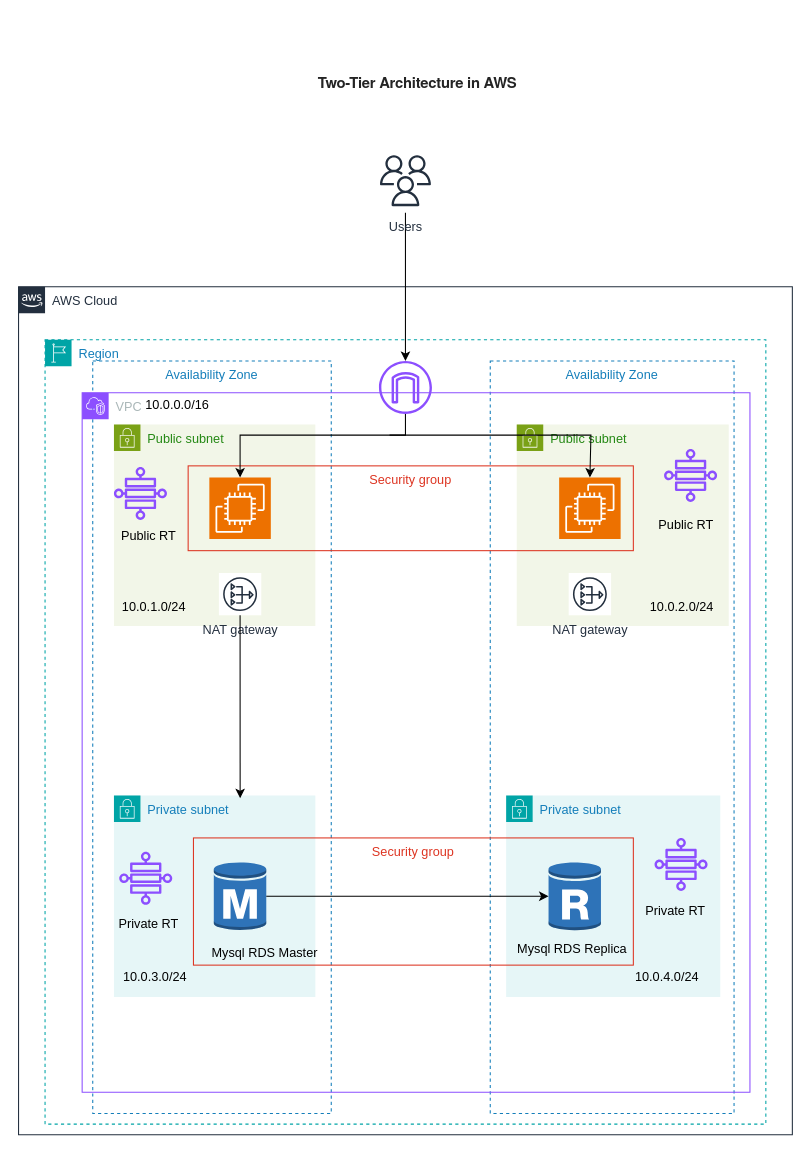
Earlier version of the draw.io diagram usecase-2.drawio (nag9844/architecture-diagrams). Source tidied: cells renumbered, new cells numbered last; positions are measured from the earlier drawing's top-left corner, leaving out a move shared by most shapes. Both pictures are drawn from the tidied source at 106%, with x=0, y=0 at pixel (18, 51).
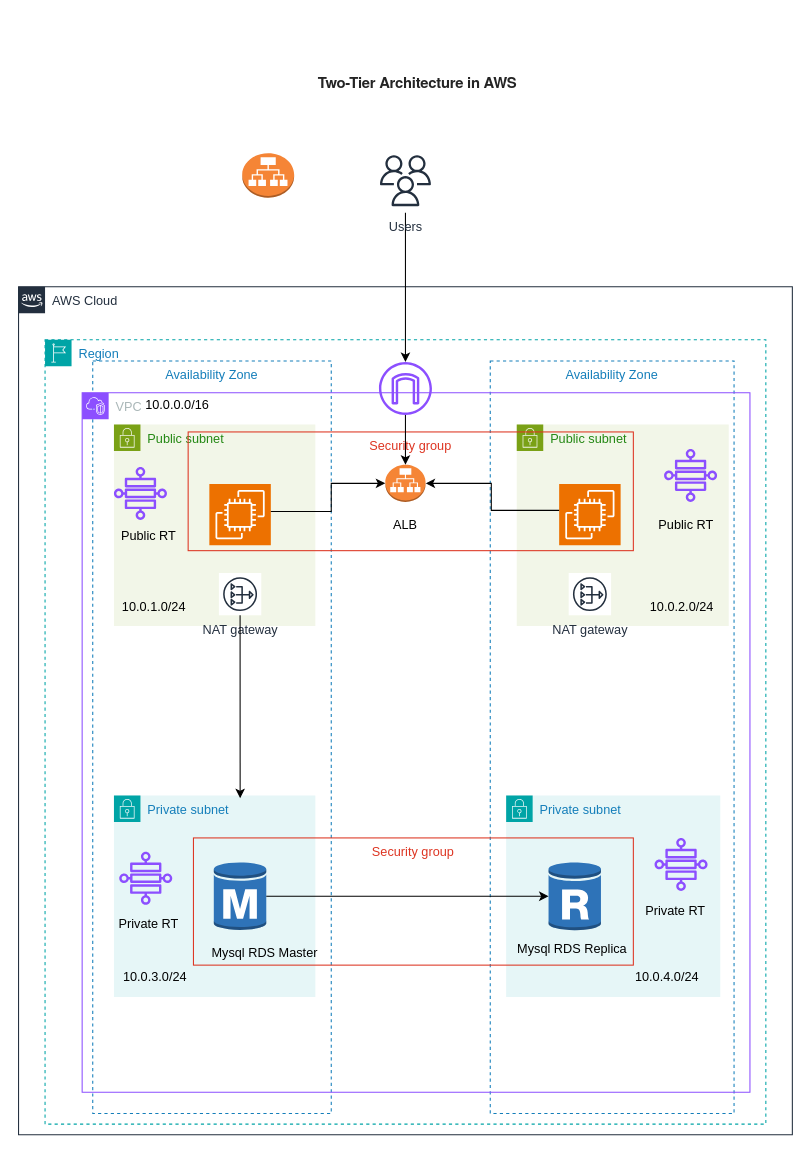
After the change.

Unchanged cells that the change refers to:
```xml
<mxCell id="6" value="VPC" style="gradientColor=none;html=1;whiteSpace=wrap;fontSize=12;fontStyle=0;shape=mxgraph.aws4.group;grIcon=mxgraph.aws4.group_vpc2;strokeColor=#8C4FFF;fillColor=none;verticalAlign=top;align=left;spacingLeft=30;fontColor=#AAB7B8;dashed=0;" parent="3" vertex="1">
  <mxGeometry x="35" y="50" width="630" height="660" as="geometry" />
</mxCell>
```

Change to the diagram source:
```diff
@@
     <mxCell id="21" style="sketch=0;outlineConnect=0;fontColor=#232F3E;gradientColor=none;fillColor=#8C4FFF;strokeColor=none;dashed=0;verticalLabelPosition=bottom;verticalAlign=top;align=center;html=1;fontSize=12;fontStyle=0;shape=mxgraph.aws4.internet_gateway;" parent="6" vertex="1">
-      <mxGeometry x="280" y="-30" width="50" height="50" as="geometry" />
+      <mxGeometry x="280" y="-29" width="50" height="50" as="geometry" />
     </mxCell>
     <mxCell id="22" value="Security group" style="fillColor=none;strokeColor=#DD3522;verticalAlign=top;fontStyle=0;fontColor=#DD3522;whiteSpace=wrap;html=1;" parent="6" vertex="1">
-      <mxGeometry x="100" y="69" width="420" height="80" as="geometry" />
+      <mxGeometry x="100" y="37" width="420" height="112" as="geometry" />
     </mxCell>
     <mxCell id="23" style="sketch=0;points=[[0,0,0],[0.25,0,0],[0.5,0,0],[0.75,0,0],[1,0,0],[0,1,0],[0.25,1,0],[0.5,1,0],[0.75,1,0],[1,1,0],[0,0.25,0],[0,0.5,0],[0,0.75,0],[1,0.25,0],[1,0.5,0],[1,0.75,0]];outlineConnect=0;fontColor=#232F3E;fillColor=#ED7100;strokeColor=#ffffff;dashed=0;verticalLabelPosition=bottom;verticalAlign=top;align=center;html=1;fontSize=12;fontStyle=0;shape=mxgraph.aws4.resourceIcon;resIcon=mxgraph.aws4.ec2;" parent="6" vertex="1">
-      <mxGeometry x="120" y="80" width="58" height="58" as="geometry" />
+      <mxGeometry x="120" y="86" width="58" height="58" as="geometry" />
     </mxCell>
     <mxCell id="24" style="sketch=0;points=[[0,0,0],[0.25,0,0],[0.5,0,0],[0.75,0,0],[1,0,0],[0,1,0],[0.25,1,0],[0.5,1,0],[0.75,1,0],[1,1,0],[0,0.25,0],[0,0.5,0],[0,0.75,0],[1,0.25,0],[1,0.5,0],[1,0.75,0]];outlineConnect=0;fontColor=#232F3E;fillColor=#ED7100;strokeColor=#ffffff;dashed=0;verticalLabelPosition=bottom;verticalAlign=top;align=center;html=1;fontSize=12;fontStyle=0;shape=mxgraph.aws4.resourceIcon;resIcon=mxgraph.aws4.ec2;" parent="6" vertex="1">
-      <mxGeometry x="450" y="80" width="58" height="58" as="geometry" />
+      <mxGeometry x="450" y="86" width="58" height="58" as="geometry" />
     </mxCell>
-    <mxCell id="25" style="edgeStyle=orthogonalEdgeStyle;rounded=0;jettySize=auto;html=1;entryX=0.5;entryY=0;entryDx=0;entryDy=0;entryPerimeter=0;" parent="6" edge="1" source="21" target="23">
-      <mxGeometry relative="1" as="geometry">
-        <Array as="points">
-          <mxPoint x="305" y="40" />
-          <mxPoint x="149" y="40" />
-        </Array>
-      </mxGeometry>
-    </mxCell>
@@
+    <mxCell id="42" style="outlineConnect=0;dashed=0;verticalLabelPosition=bottom;verticalAlign=top;align=center;html=1;shape=mxgraph.aws3.application_load_balancer;fillColor=#F58536;gradientColor=none;" parent="6" vertex="1">
+      <mxGeometry x="286" y="68" width="38" height="35" as="geometry" />
+    </mxCell>
+    <mxCell id="43" style="edgeStyle=orthogonalEdgeStyle;rounded=0;jettySize=auto;html=1;entryX=0;entryY=0.5;entryDx=0;entryDy=0;entryPerimeter=0;" parent="6" edge="1" source="23" target="42">
+      <mxGeometry relative="1" as="geometry">
+        <Array as="points">
+          <mxPoint x="235" y="112" />
+          <mxPoint x="235" y="86" />
+        </Array>
+      </mxGeometry>
+    </mxCell>
+    <mxCell id="44" style="edgeStyle=orthogonalEdgeStyle;rounded=0;jettySize=auto;html=1;entryX=1;entryY=0.5;entryDx=0;entryDy=0;entryPerimeter=0;" parent="6" edge="1" source="24" target="42">
+      <mxGeometry relative="1" as="geometry">
+        <Array as="points">
+          <mxPoint x="386" y="111" />
+          <mxPoint x="386" y="86" />
+        </Array>
+      </mxGeometry>
+    </mxCell>
+    <mxCell id="45" style="edgeStyle=orthogonalEdgeStyle;rounded=0;jettySize=auto;html=1;entryX=0.5;entryY=0;entryDx=0;entryDy=0;entryPerimeter=0;" parent="6" edge="1" source="21" target="42">
+      <mxGeometry relative="1" as="geometry" />
+    </mxCell>
+    <mxCell id="46" value="ALB" style="text;html=1;align=center;verticalAlign=middle;whiteSpace=wrap;rounded=0;" parent="6" vertex="1">
+      <mxGeometry x="275" y="110" width="60" height="30" as="geometry" />
+    </mxCell>
@@
-    <mxCell id="40" style="endArrow=classic;html=1;rounded=0;entryX=0.5;entryY=0;entryDx=0;entryDy=0;entryPerimeter=0;" parent="1" edge="1" target="24">
-      <mxGeometry relative="1" as="geometry">
-        <mxPoint x="350" y="362" as="sourcePoint" />
-        <Array as="points">
-          <mxPoint x="540" y="362" />
-        </Array>
-      </mxGeometry>
-    </mxCell>
@@
+    <mxCell id="47" style="dashed=0;verticalLabelPosition=bottom;verticalAlign=top;align=center;html=1;shape=mxgraph.aws3.application_load_balancer;fillColor=#F58536;gradientColor=none;" parent="1" vertex="1">
+      <mxGeometry x="211" y="96" width="49" height="42" as="geometry" />
+    </mxCell>
```
